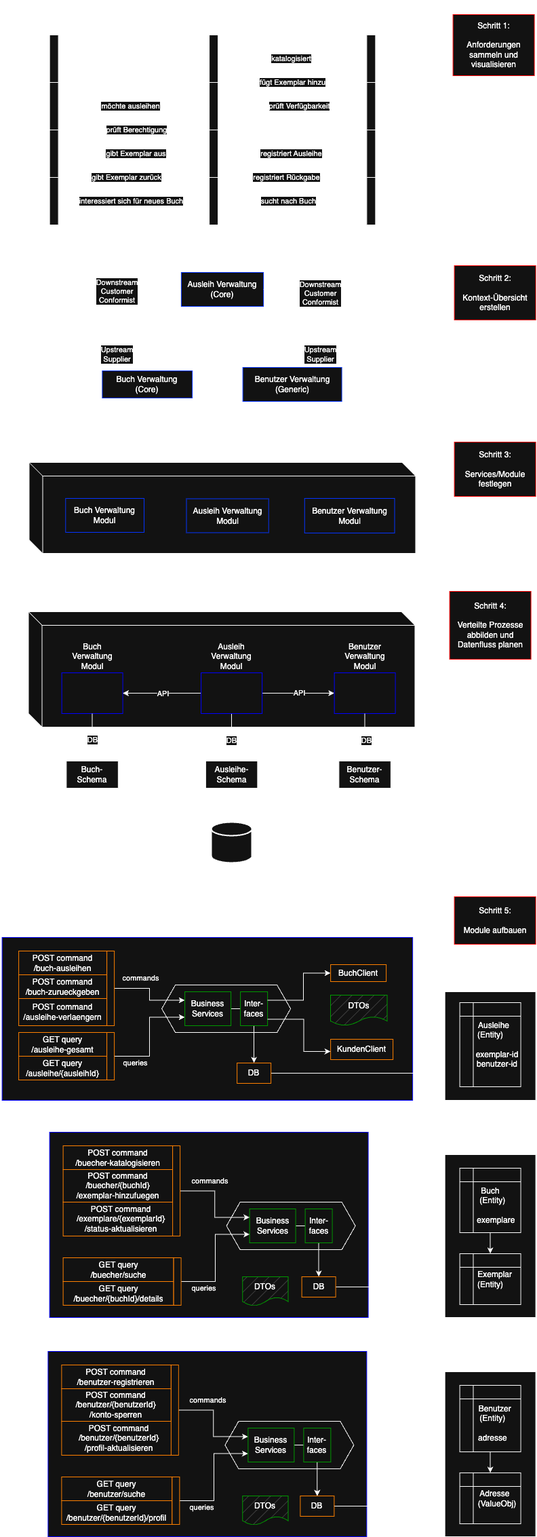
coc-university/software-architecture-guide keeps this draw.io diagram as images/software-architecture-guide-example.drawio.png. Above is the earlier version. Source tidied: cells renumbered, new cells last; positions are measured from the earlier drawing's top-left corner, leaving out a move shared by most shapes.
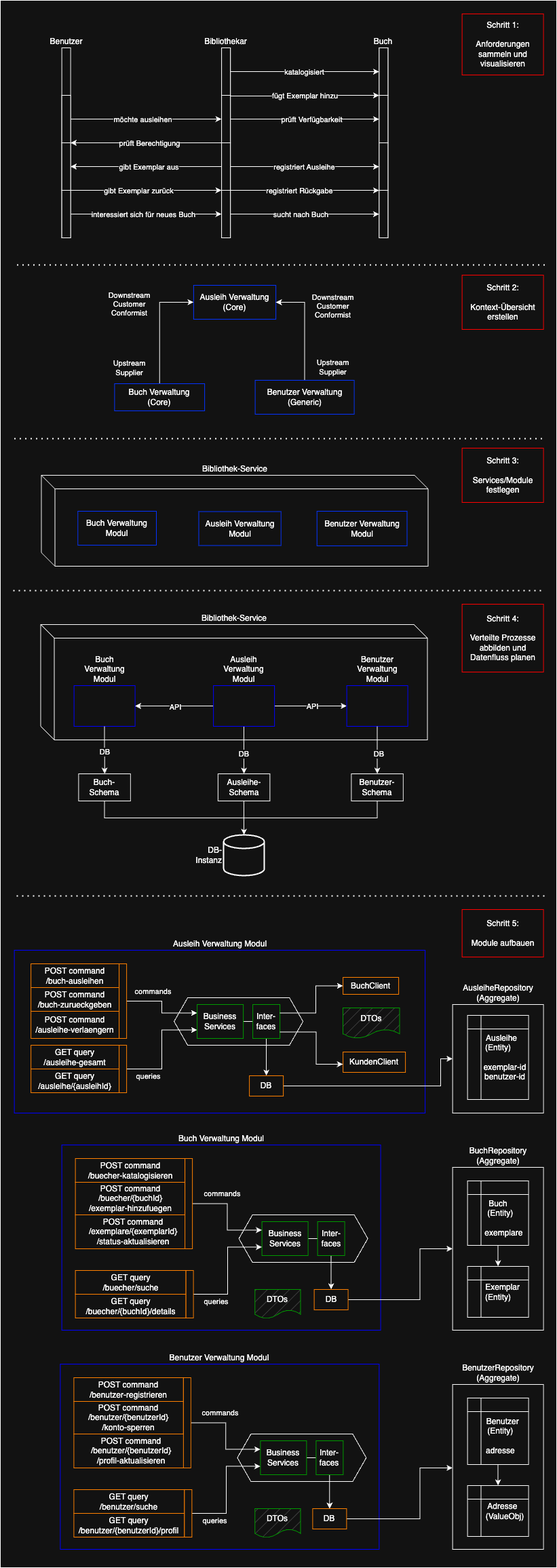
After the change.

Change to the diagram source:
```diff
@@ -2,32 +2,29 @@
   <root>
     <mxCell id="0" />
     <mxCell id="1" parent="0" />
+    <mxCell id="156" style="rounded=0;whiteSpace=wrap;html=1;" parent="1" vertex="1">
+      <mxGeometry x="-19" y="-20" width="820" height="2310" as="geometry" />
+    </mxCell>
     <mxCell id="2" value="Ausleih Verwaltung Modul" style="rounded=0;whiteSpace=wrap;html=1;labelPosition=center;verticalLabelPosition=top;align=center;verticalAlign=bottom;strokeColor=light-dark(#000000,#0000FF);" parent="1" vertex="1">
       <mxGeometry x="1.6" y="1380" width="605.5" height="240" as="geometry" />
     </mxCell>
-    <mxCell id="3" style="endArrow=none;dashed=1;html=1;dashPattern=1 3;strokeWidth=2;rounded=0;" parent="1" edge="1">
-      <mxGeometry relative="1" as="geometry">
-        <mxPoint x="8.6" as="sourcePoint" />
-        <mxPoint x="788.6" as="targetPoint" />
-      </mxGeometry>
-    </mxCell>
     <mxCell id="4" style="endArrow=none;dashed=1;html=1;dashPattern=1 3;strokeWidth=2;rounded=0;" parent="1" edge="1">
       <mxGeometry relative="1" as="geometry">
-        <mxPoint x="7.6" y="626" as="sourcePoint" />
-        <mxPoint x="787.6" y="626" as="targetPoint" />
+        <mxPoint x="1.6" y="626" as="sourcePoint" />
+        <mxPoint x="781.6" y="626" as="targetPoint" />
       </mxGeometry>
     </mxCell>
     <mxCell id="5" value="Bibliothek-Service" style="shape=cube;whiteSpace=wrap;html=1;boundedLbl=1;backgroundOutline=1;darkOpacity=0.05;darkOpacity2=0.1;labelPosition=center;verticalLabelPosition=top;align=center;verticalAlign=bottom;" parent="1" vertex="1">
       <mxGeometry x="41.5" y="680" width="570" height="134" as="geometry" />
     </mxCell>
     <mxCell id="6" value="&lt;div&gt;Schritt 1:&lt;/div&gt;&lt;div&gt;&lt;br&gt;&lt;/div&gt;Anforderungen sammeln und visualisieren" style="rounded=0;whiteSpace=wrap;html=1;strokeColor=#FF0000;" parent="1" vertex="1">
-      <mxGeometry x="666.6" y="20" width="120" height="90" as="geometry" />
+      <mxGeometry x="661.6" width="120" height="90" as="geometry" />
     </mxCell>
     <mxCell id="7" value="&lt;div&gt;Schritt 2:&lt;/div&gt;&lt;div&gt;&lt;br&gt;&lt;/div&gt;Kontext-Übersicht erstellen" style="rounded=0;whiteSpace=wrap;html=1;strokeColor=#FF0000;" parent="1" vertex="1">
-      <mxGeometry x="668.6" y="390" width="120" height="80" as="geometry" />
+      <mxGeometry x="661.6" y="385" width="120" height="80" as="geometry" />
     </mxCell>
     <mxCell id="8" value="Schritt 3:&lt;div&gt;&lt;br&gt;&lt;div&gt;Services/Module&lt;div&gt;festlegen&lt;/div&gt;&lt;/div&gt;&lt;/div&gt;" style="rounded=0;whiteSpace=wrap;html=1;strokeColor=#FF0000;" parent="1" vertex="1">
-      <mxGeometry x="668.6" y="650" width="120" height="80" as="geometry" />
+      <mxGeometry x="661.6" y="640" width="120" height="80" as="geometry" />
     </mxCell>
     <mxCell id="9" value="Ausleih&amp;nbsp;&lt;span style=&quot;background-color: transparent; color: light-dark(rgb(0, 0, 0), rgb(255, 255, 255));&quot;&gt;Verwaltung&lt;/span&gt;&lt;div&gt;&lt;span style=&quot;background-color: transparent; color: light-dark(rgb(0, 0, 0), rgb(255, 255, 255));&quot;&gt;Modul&lt;/span&gt;&lt;/div&gt;" style="rounded=0;whiteSpace=wrap;html=1;labelPosition=center;verticalLabelPosition=middle;align=center;verticalAlign=middle;strokeColor=light-dark(#000000,#0433FF);" parent="1" vertex="1">
       <mxGeometry x="273.5" y="733.5" width="121.2" height="50" as="geometry" />
@@ -305,34 +302,34 @@
       <mxGeometry x="441.4" y="2203" width="50" height="30" as="geometry" />
     </mxCell>
     <mxCell id="87" value="&lt;span style=&quot;background-color: transparent; color: light-dark(rgb(0, 0, 0), rgb(255, 255, 255));&quot;&gt;AusleiheRepository&lt;/span&gt;&lt;div&gt;&lt;span style=&quot;background-color: transparent; color: light-dark(rgb(0, 0, 0), rgb(255, 255, 255));&quot;&gt;(&lt;/span&gt;&lt;span style=&quot;background-color: transparent; color: light-dark(rgb(0, 0, 0), rgb(255, 255, 255));&quot;&gt;Aggregate&lt;/span&gt;&lt;span style=&quot;background-color: transparent; color: light-dark(rgb(0, 0, 0), rgb(255, 255, 255));&quot;&gt;)&lt;/span&gt;&lt;/div&gt;" style="rounded=0;whiteSpace=wrap;html=1;labelPosition=center;verticalLabelPosition=top;align=center;verticalAlign=bottom;" parent="1" vertex="1">
-      <mxGeometry x="654.6" y="1460" width="134" height="160" as="geometry" />
+      <mxGeometry x="647.6" y="1460" width="134" height="160" as="geometry" />
     </mxCell>
     <mxCell id="88" value="&amp;nbsp; &amp;nbsp;Ausleihe&lt;div&gt;(Entity)&lt;/div&gt;&lt;div&gt;&lt;br&gt;&lt;/div&gt;&lt;div&gt;&amp;nbsp; &amp;nbsp; &amp;nbsp; exemplar-id&lt;/div&gt;&lt;div&gt;&amp;nbsp; &amp;nbsp; &amp;nbsp; benutzer-id&lt;/div&gt;" style="shape=internalStorage;whiteSpace=wrap;html=1;backgroundOutline=1;" parent="1" vertex="1">
-      <mxGeometry x="676.6" y="1476" width="90" height="124" as="geometry" />
+      <mxGeometry x="669.6" y="1476" width="90" height="124" as="geometry" />
     </mxCell>
     <mxCell id="89" value="&lt;span style=&quot;background-color: transparent; color: light-dark(rgb(0, 0, 0), rgb(255, 255, 255));&quot;&gt;BuchRepository&lt;/span&gt;&lt;div&gt;&lt;span style=&quot;background-color: transparent; color: light-dark(rgb(0, 0, 0), rgb(255, 255, 255));&quot;&gt;(&lt;/span&gt;&lt;span style=&quot;background-color: transparent; color: light-dark(rgb(0, 0, 0), rgb(255, 255, 255));&quot;&gt;Aggregate&lt;/span&gt;&lt;span style=&quot;background-color: transparent; color: light-dark(rgb(0, 0, 0), rgb(255, 255, 255));&quot;&gt;)&lt;/span&gt;&lt;/div&gt;" style="rounded=0;whiteSpace=wrap;html=1;labelPosition=center;verticalLabelPosition=top;align=center;verticalAlign=bottom;" parent="1" vertex="1">
-      <mxGeometry x="654.6" y="1700" width="134" height="240" as="geometry" />
+      <mxGeometry x="647.6" y="1700" width="134" height="240" as="geometry" />
     </mxCell>
     <mxCell id="90" value="&amp;nbsp; &amp;nbsp; Exemplar&lt;div&gt;(Entity)&lt;/div&gt;" style="shape=internalStorage;whiteSpace=wrap;html=1;backgroundOutline=1;" parent="1" vertex="1">
-      <mxGeometry x="676.6" y="1846" width="90" height="75" as="geometry" />
+      <mxGeometry x="669.6" y="1846" width="90" height="75" as="geometry" />
     </mxCell>
     <mxCell id="91" style="edgeStyle=orthogonalEdgeStyle;rounded=0;jettySize=auto;html=1;exitX=0.5;exitY=1;exitDx=0;exitDy=0;entryX=0.5;entryY=0;entryDx=0;entryDy=0;" parent="1" edge="1" source="92" target="90">
       <mxGeometry relative="1" as="geometry" />
     </mxCell>
     <mxCell id="92" value="&lt;div&gt;&lt;br&gt;&lt;/div&gt;Buch&lt;div&gt;&amp;nbsp; (Entity)&lt;/div&gt;&lt;div&gt;&lt;br&gt;&lt;/div&gt;&lt;div&gt;&amp;nbsp; &amp;nbsp; &amp;nbsp;exemplare&lt;/div&gt;" style="shape=internalStorage;whiteSpace=wrap;html=1;backgroundOutline=1;" parent="1" vertex="1">
-      <mxGeometry x="676.6" y="1720" width="90" height="95" as="geometry" />
+      <mxGeometry x="669.6" y="1720" width="90" height="95" as="geometry" />
     </mxCell>
     <mxCell id="93" value="&lt;span style=&quot;background-color: transparent; color: light-dark(rgb(0, 0, 0), rgb(255, 255, 255));&quot;&gt;BenutzerRepository&lt;/span&gt;&lt;div&gt;&lt;span style=&quot;background-color: transparent; color: light-dark(rgb(0, 0, 0), rgb(255, 255, 255));&quot;&gt;(&lt;/span&gt;&lt;span style=&quot;background-color: transparent; color: light-dark(rgb(0, 0, 0), rgb(255, 255, 255));&quot;&gt;Aggregate&lt;/span&gt;&lt;span style=&quot;background-color: transparent; color: light-dark(rgb(0, 0, 0), rgb(255, 255, 255));&quot;&gt;)&lt;/span&gt;&lt;/div&gt;" style="rounded=0;whiteSpace=wrap;html=1;labelPosition=center;verticalLabelPosition=top;align=center;verticalAlign=bottom;" parent="1" vertex="1">
-      <mxGeometry x="654.6" y="2020" width="134" height="243" as="geometry" />
+      <mxGeometry x="647.6" y="2020" width="134" height="243" as="geometry" />
     </mxCell>
     <mxCell id="94" value="&amp;nbsp; &amp;nbsp; Adresse&lt;div&gt;&amp;nbsp; &amp;nbsp; &amp;nbsp; (Value&lt;span style=&quot;background-color: transparent; color: light-dark(rgb(0, 0, 0), rgb(255, 255, 255));&quot;&gt;Obj)&lt;/span&gt;&lt;/div&gt;" style="shape=internalStorage;whiteSpace=wrap;html=1;backgroundOutline=1;" parent="1" vertex="1">
-      <mxGeometry x="676.6" y="2169" width="90" height="75" as="geometry" />
+      <mxGeometry x="669.6" y="2169" width="90" height="75" as="geometry" />
     </mxCell>
     <mxCell id="95" style="edgeStyle=orthogonalEdgeStyle;rounded=0;jettySize=auto;html=1;exitX=0.5;exitY=1;exitDx=0;exitDy=0;entryX=0.5;entryY=0;entryDx=0;entryDy=0;" parent="1" edge="1" source="96" target="94">
       <mxGeometry relative="1" as="geometry" />
     </mxCell>
     <mxCell id="96" value="&amp;nbsp; &amp;nbsp;&amp;nbsp;&lt;div&gt;&amp;nbsp; &amp;nbsp; Benutzer&lt;div&gt;&amp;nbsp; (Entity)&lt;/div&gt;&lt;div&gt;&lt;br&gt;&lt;/div&gt;&lt;div&gt;&amp;nbsp; adresse&lt;/div&gt;&lt;/div&gt;" style="shape=internalStorage;whiteSpace=wrap;html=1;backgroundOutline=1;" parent="1" vertex="1">
-      <mxGeometry x="676.6" y="2040" width="90" height="98" as="geometry" />
+      <mxGeometry x="669.6" y="2040" width="90" height="98" as="geometry" />
     </mxCell>
     <mxCell id="97" value="Ausleihe-&lt;div&gt;Schema&lt;/div&gt;" style="rounded=0;whiteSpace=wrap;html=1;labelPosition=center;verticalLabelPosition=middle;align=center;verticalAlign=middle;" parent="1" vertex="1">
       <mxGeometry x="301.9" y="1120" width="76.5" height="40" as="geometry" />
@@ -351,8 +348,8 @@
     </mxCell>
     <mxCell id="102" style="endArrow=none;dashed=1;html=1;dashPattern=1 3;strokeWidth=2;rounded=0;" parent="1" edge="1">
       <mxGeometry relative="1" as="geometry">
-        <mxPoint x="8.6" y="1300" as="sourcePoint" />
-        <mxPoint x="788.6" y="1300" as="targetPoint" />
+        <mxPoint x="5" y="1300" as="sourcePoint" />
+        <mxPoint x="785" y="1300" as="targetPoint" />
       </mxGeometry>
     </mxCell>
     <mxCell id="103" value="Benutzer Verwaltung&lt;div&gt;Modul&lt;/div&gt;" style="rounded=0;whiteSpace=wrap;html=1;labelPosition=center;verticalLabelPosition=middle;align=center;verticalAlign=middle;strokeColor=light-dark(#000000,#0433FF);" parent="1" vertex="1">
@@ -403,7 +400,7 @@
       <mxGeometry x="661.6" y="870" width="120" height="100" as="geometry" />
     </mxCell>
     <mxCell id="115" value="&lt;div&gt;Schritt 5:&lt;/div&gt;&lt;div&gt;&lt;br&gt;&lt;/div&gt;Module aufbauen" style="rounded=0;whiteSpace=wrap;html=1;strokeColor=#FF0000;" parent="1" vertex="1">
-      <mxGeometry x="668.6" y="1320" width="120" height="70" as="geometry" />
+      <mxGeometry x="661.6" y="1320" width="120" height="70" as="geometry" />
     </mxCell>
     <mxCell id="116" style="edgeStyle=orthogonalEdgeStyle;rounded=0;jettySize=auto;html=1;exitX=0.5;exitY=1;exitDx=0;exitDy=0;entryX=0.5;entryY=0;entryDx=0;entryDy=0;entryPerimeter=0;" parent="1" edge="1" source="98" target="33">
       <mxGeometry relative="1" as="geometry" />
```
